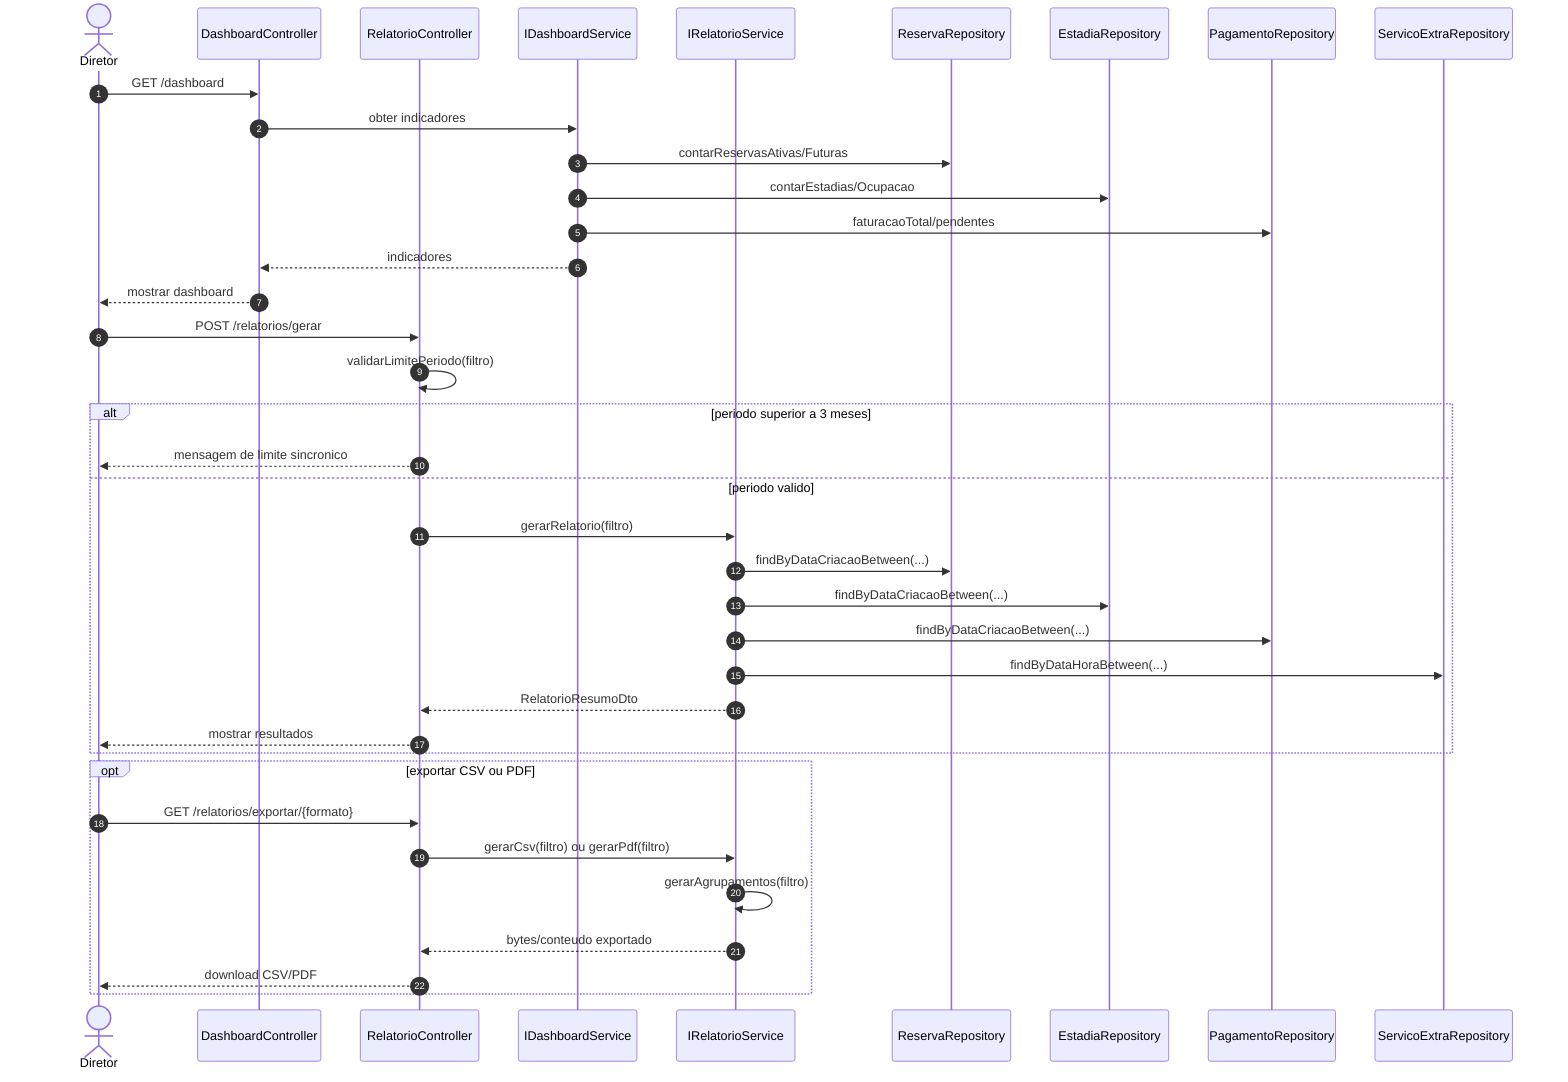
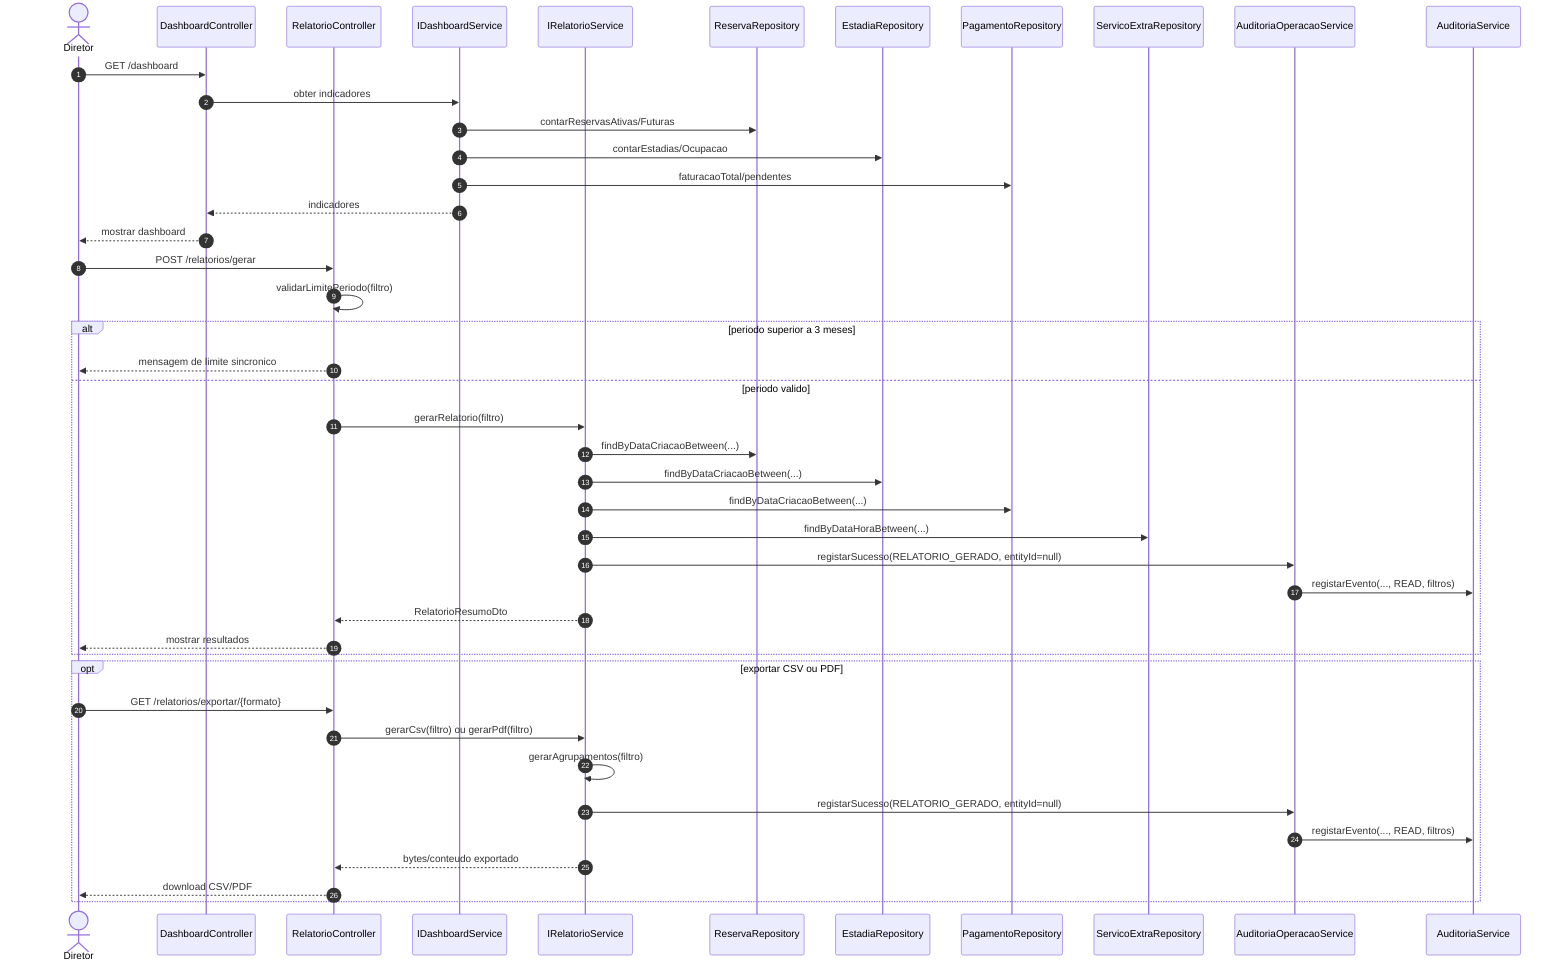
sequenceDiagram
    autonumber
    actor Diretor
    participant DashboardController
    participant RelatorioController
    participant IDashboardService
    participant IRelatorioService
    participant ReservaRepository
    participant EstadiaRepository
    participant PagamentoRepository
    participant ServicoExtraRepository
+     participant AuditoriaOperacaoService
+     participant AuditoriaService

    Diretor->>DashboardController: GET /dashboard
    DashboardController->>IDashboardService: obter indicadores
    IDashboardService->>ReservaRepository: contarReservasAtivas/Futuras
    IDashboardService->>EstadiaRepository: contarEstadias/Ocupacao
    IDashboardService->>PagamentoRepository: faturacaoTotal/pendentes
    IDashboardService-->>DashboardController: indicadores
    DashboardController-->>Diretor: mostrar dashboard

    Diretor->>RelatorioController: POST /relatorios/gerar
    RelatorioController->>RelatorioController: validarLimitePeriodo(filtro)
    alt periodo superior a 3 meses
        RelatorioController-->>Diretor: mensagem de limite sincronico
    else periodo valido
        RelatorioController->>IRelatorioService: gerarRelatorio(filtro)
        IRelatorioService->>ReservaRepository: findByDataCriacaoBetween(...)
        IRelatorioService->>EstadiaRepository: findByDataCriacaoBetween(...)
        IRelatorioService->>PagamentoRepository: findByDataCriacaoBetween(...)
        IRelatorioService->>ServicoExtraRepository: findByDataHoraBetween(...)
+         IRelatorioService->>AuditoriaOperacaoService: registarSucesso(RELATORIO_GERADO, entityId=null)
+         AuditoriaOperacaoService->>AuditoriaService: registarEvento(..., READ, filtros)
        IRelatorioService-->>RelatorioController: RelatorioResumoDto
        RelatorioController-->>Diretor: mostrar resultados
    end

    opt exportar CSV ou PDF
        Diretor->>RelatorioController: GET /relatorios/exportar/{formato}
        RelatorioController->>IRelatorioService: gerarCsv(filtro) ou gerarPdf(filtro)
        IRelatorioService->>IRelatorioService: gerarAgrupamentos(filtro)
+         IRelatorioService->>AuditoriaOperacaoService: registarSucesso(RELATORIO_GERADO, entityId=null)
+         AuditoriaOperacaoService->>AuditoriaService: registarEvento(..., READ, filtros)
        IRelatorioService-->>RelatorioController: bytes/conteudo exportado
        RelatorioController-->>Diretor: download CSV/PDF
    end
